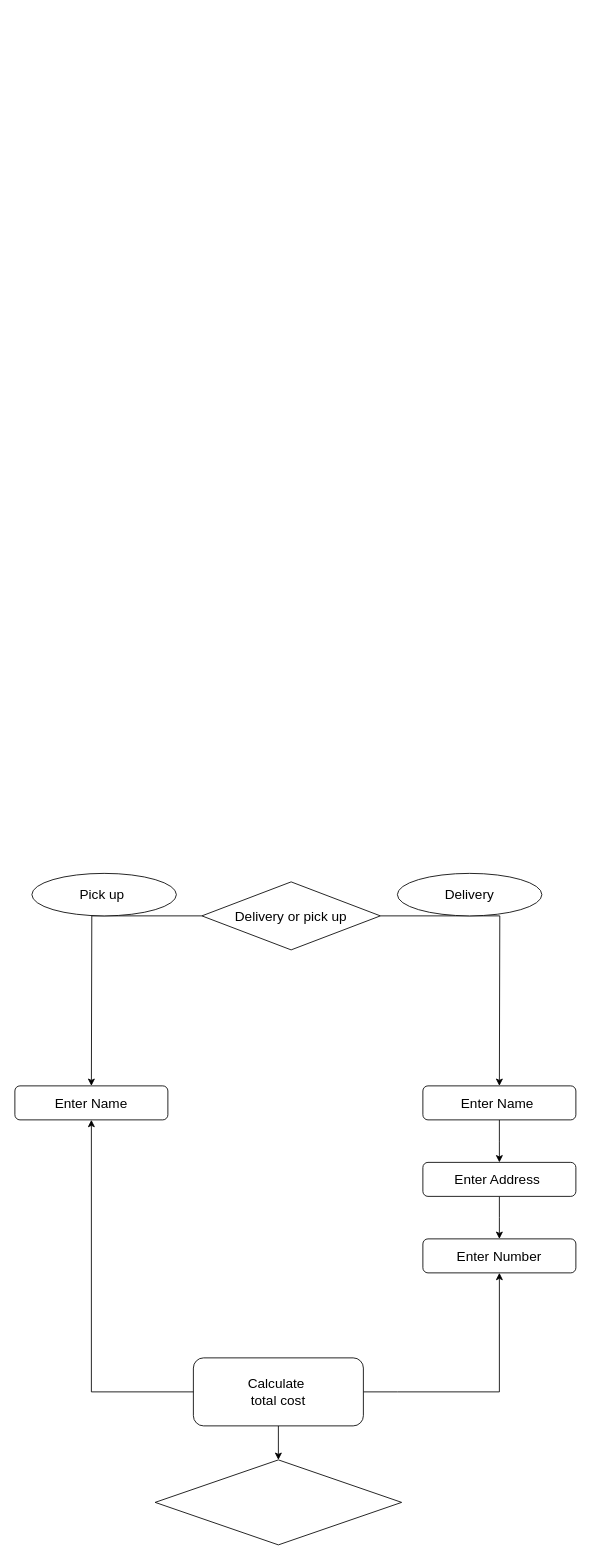
The draw.io diagram Untitled Diagram.drawio in ASDAH-Digtal/pizza-program-Tevita-mak, before the edit. Source tidied: cells renumbered, new cells numbered last; positions are measured from the earlier drawing's top-left corner, leaving out a move shared by most shapes. Both pictures are drawn from the tidied source at 85%, with x=0, y=0 at pixel (14, 873).
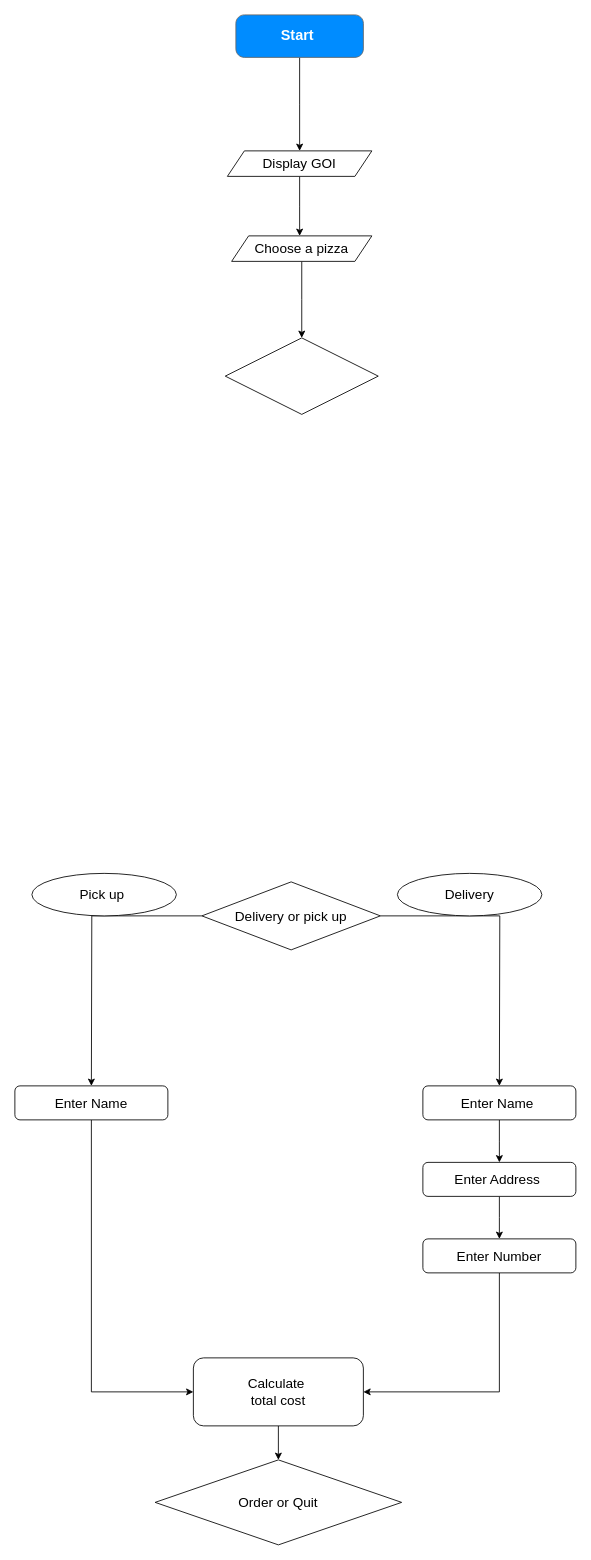
The same diagram, later.

Unchanged cells that the change refers to:
```xml
<mxCell id="7" value="Enter Name" style="rounded=1;whiteSpace=wrap;html=1;fontSize=16;" parent="1" vertex="1">
  <mxGeometry y="250" width="180" height="40" as="geometry" />
</mxCell>
<mxCell id="12" value="Enter Number" style="rounded=1;whiteSpace=wrap;html=1;fontSize=16;" parent="1" vertex="1">
  <mxGeometry x="480" y="430" width="180" height="40" as="geometry" />
</mxCell>
<mxCell id="15" value="Calculate&amp;nbsp;&lt;br&gt;total cost" style="rounded=1;whiteSpace=wrap;html=1;fontSize=16;" parent="1" vertex="1">
  <mxGeometry x="210" y="570" width="200" height="80" as="geometry" />
</mxCell>
```

What changed in the source:
```diff
@@
+    <mxCell id="18" style="edgeStyle=orthogonalEdgeStyle;rounded=0;jettySize=auto;html=1;exitX=0.5;exitY=1;exitDx=0;exitDy=0;entryX=0;entryY=0.5;entryDx=0;entryDy=0;fontSize=16;" parent="1" edge="1" source="7" target="15">
+      <mxGeometry relative="1" as="geometry" />
+    </mxCell>
@@
+    <mxCell id="19" style="edgeStyle=orthogonalEdgeStyle;rounded=0;jettySize=auto;html=1;fontSize=16;entryX=1;entryY=0.5;entryDx=0;entryDy=0;" parent="1" edge="1" source="12" target="15">
+      <mxGeometry relative="1" as="geometry">
+        <Array as="points">
+          <mxPoint x="570" y="610" />
+        </Array>
+      </mxGeometry>
+    </mxCell>
@@
-    <mxCell id="13" style="edgeStyle=segmentEdgeStyle;endArrow=classic;html=1;rounded=0;fontSize=16;" parent="1" edge="1">
-      <mxGeometry relative="1" as="geometry">
-        <mxPoint x="410" y="610" as="sourcePoint" />
-        <mxPoint x="570" y="470" as="targetPoint" />
-        <Array as="points">
-          <mxPoint x="450" y="610" />
-          <mxPoint x="570" y="610" />
-        </Array>
-      </mxGeometry>
-    </mxCell>
@@
-    <mxCell id="16" style="edgeStyle=segmentEdgeStyle;endArrow=classic;html=1;rounded=0;fontSize=16;exitX=0;exitY=0.5;exitDx=0;exitDy=0;" parent="1" edge="1" source="15">
-      <mxGeometry relative="1" as="geometry">
-        <mxPoint x="90" y="290" as="targetPoint" />
-        <Array as="points">
-          <mxPoint x="90" y="610" />
-        </Array>
-      </mxGeometry>
-    </mxCell>
-    <mxCell id="17" style="rhombus;whiteSpace=wrap;html=1;fontSize=16;" parent="1" vertex="1">
+    <mxCell id="17" value="Order or&amp;nbsp;Quit" style="rhombus;whiteSpace=wrap;html=1;fontSize=16;" parent="1" vertex="1">
       <mxGeometry x="165" y="690" width="290" height="100" as="geometry" />
     </mxCell>
+    <mxCell id="20" style="edgeStyle=orthogonalEdgeStyle;rounded=0;jettySize=auto;html=1;fontSize=16;" parent="1" edge="1" source="21">
+      <mxGeometry relative="1" as="geometry">
+        <mxPoint x="335" y="-850" as="targetPoint" />
+      </mxGeometry>
+    </mxCell>
+    <mxCell id="21" value="Start&amp;nbsp;" style="strokeWidth=1;shadow=0;dashed=0;align=center;html=1;shape=mxgraph.mockup.buttons.button;strokeColor=#666666;fontColor=#ffffff;mainText=;buttonStyle=round;fontSize=17;fontStyle=1;fillColor=#008cff;whiteSpace=wrap;" parent="1" vertex="1">
+      <mxGeometry x="260" y="-1010" width="150" height="50" as="geometry" />
+    </mxCell>
+    <mxCell id="22" style="edgeStyle=orthogonalEdgeStyle;rounded=0;jettySize=auto;html=1;fontSize=16;" parent="1" edge="1" source="23">
+      <mxGeometry relative="1" as="geometry">
+        <mxPoint x="335" y="-750" as="targetPoint" />
+      </mxGeometry>
+    </mxCell>
+    <mxCell id="23" value="Display GOI" style="shape=parallelogram;perimeter=parallelogramPerimeter;whiteSpace=wrap;html=1;fixedSize=1;fontSize=16;" parent="1" vertex="1">
+      <mxGeometry x="250" y="-850" width="170" height="30" as="geometry" />
+    </mxCell>
+    <mxCell id="24" style="edgeStyle=orthogonalEdgeStyle;rounded=0;jettySize=auto;html=1;fontSize=16;strokeColor=#000000;" parent="1" edge="1" source="25">
+      <mxGeometry relative="1" as="geometry">
+        <mxPoint x="337.5" y="-630" as="targetPoint" />
+      </mxGeometry>
+    </mxCell>
+    <mxCell id="25" value="Choose a pizza" style="shape=parallelogram;perimeter=parallelogramPerimeter;whiteSpace=wrap;html=1;fixedSize=1;fontSize=16;" parent="1" vertex="1">
+      <mxGeometry x="255" y="-750" width="165" height="30" as="geometry" />
+    </mxCell>
+    <mxCell id="26" style="rhombus;whiteSpace=wrap;html=1;fontSize=16;" parent="1" vertex="1">
+      <mxGeometry x="247.5" y="-630" width="180" height="90" as="geometry" />
+    </mxCell>
```
